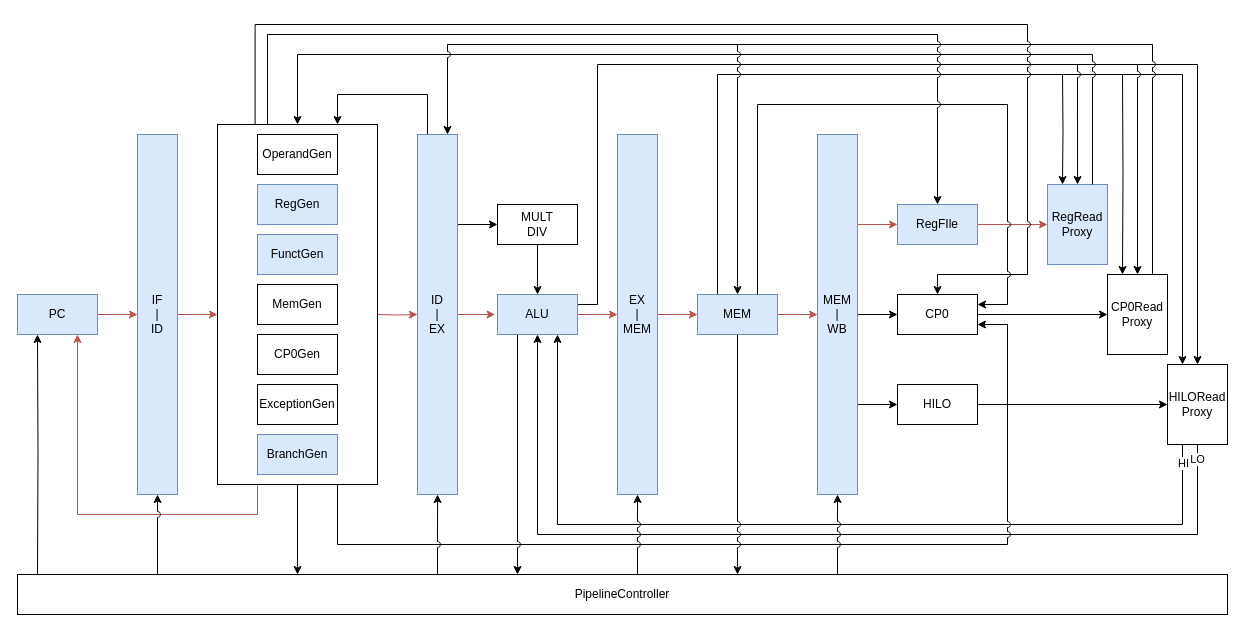
This is CS/ExternMIPS/分支跳转指令/JAL.drawio from umiskky/Diagrams, a draw.io file, before an edit. Source tidied: cells renumbered, new cells numbered last; positions are measured from the earlier drawing's top-left corner, leaving out a move shared by most shapes. Both pictures are drawn from the tidied source at 100%, with x=0, y=0 at pixel (17, 24).
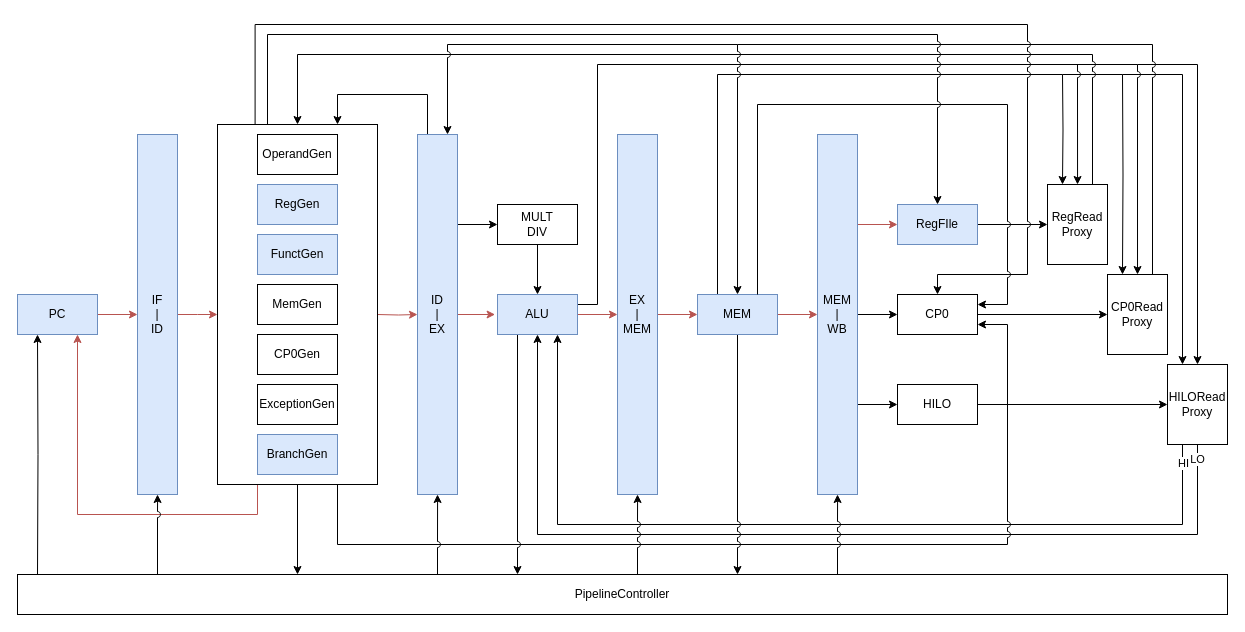
The same diagram, later.

Unchanged cells that the change refers to:
```xml
<mxCell id="45" value="RegFIle" style="rounded=0;whiteSpace=wrap;html=1;fillColor=#dae8fc;strokeColor=#6c8ebf;" parent="1" vertex="1">
  <mxGeometry x="880" y="180" width="80" height="40" as="geometry" />
</mxCell>
```

Change to the diagram source:
```diff
@@
-    <mxCell id="44" style="edgeStyle=orthogonalEdgeStyle;rounded=0;jettySize=auto;html=1;exitX=1;exitY=0.5;exitDx=0;exitDy=0;entryX=0;entryY=0.5;entryDx=0;entryDy=0;fillColor=#f8cecc;strokeColor=#b85450;" parent="1" edge="1" source="45" target="51">
+    <mxCell id="44" style="edgeStyle=orthogonalEdgeStyle;rounded=0;jettySize=auto;html=1;exitX=1;exitY=0.5;exitDx=0;exitDy=0;entryX=0;entryY=0.5;entryDx=0;entryDy=0;" parent="1" edge="1" source="45" target="51">
       <mxGeometry relative="1" as="geometry" />
     </mxCell>
@@
-    <mxCell id="51" value="RegRead&lt;br&gt;Proxy" style="rounded=0;whiteSpace=wrap;html=1;fillColor=#dae8fc;strokeColor=#6c8ebf;" parent="1" vertex="1">
+    <mxCell id="51" value="RegRead&lt;br&gt;Proxy" style="rounded=0;whiteSpace=wrap;html=1;" parent="1" vertex="1">
       <mxGeometry x="1030" y="160" width="60" height="80" as="geometry" />
     </mxCell>
```
